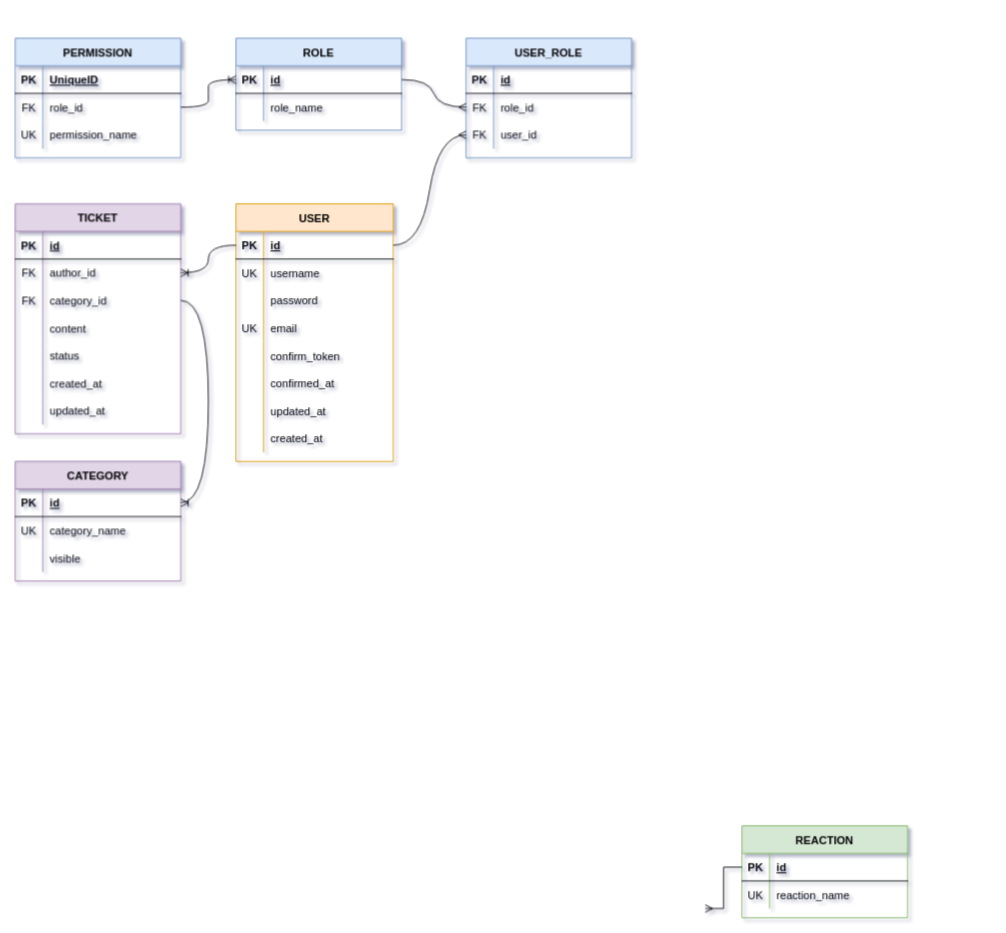
The draw.io diagram diagrams/ER.drawio in ddbdev/Ticket-System-Spring-Boot, before the edit. Source tidied: cells renumbered, new cells numbered last; positions are measured from the earlier drawing's top-left corner, leaving out a move shared by most shapes. Both pictures are drawn from the tidied source at 92%, with x=0, y=0 at pixel (15, 38).
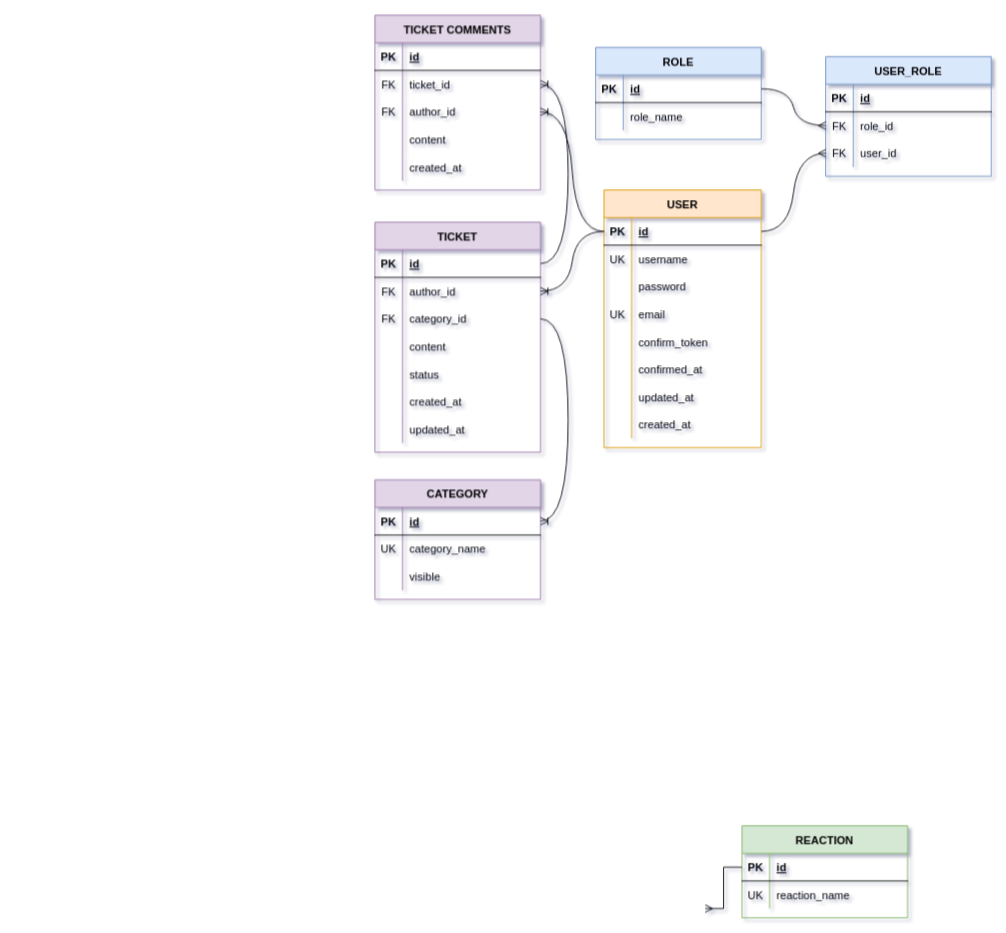
The same diagram, later.

The change refers to these unchanged cells:
```xml
<mxCell id="3" style="shape=tableRow;horizontal=0;startSize=0;swimlaneHead=0;swimlaneBody=0;fillColor=none;points=[[0,0.5],[1,0.5]];portConstraint=eastwest;top=0;left=0;right=0;bottom=1;" parent="2" vertex="1">
  <mxGeometry y="30" width="171" height="30" as="geometry" />
</mxCell>
<mxCell id="36" style="shape=tableRow;horizontal=0;startSize=0;swimlaneHead=0;swimlaneBody=0;fillColor=none;points=[[0,0.5],[1,0.5]];portConstraint=eastwest;top=0;left=0;right=0;bottom=1;" parent="35" vertex="1">
  <mxGeometry y="30" width="180" height="30" as="geometry" />
</mxCell>
<mxCell id="66" style="shape=tableRow;horizontal=0;startSize=0;swimlaneHead=0;swimlaneBody=0;fillColor=none;points=[[0,0.5],[1,0.5]];portConstraint=eastwest;top=0;left=0;right=0;bottom=1;" parent="65" vertex="1">
  <mxGeometry y="30" width="180" height="30" as="geometry" />
</mxCell>
```

Change to the diagram source:
```diff
@@
     <mxCell id="2" value="USER" style="shape=table;startSize=30;childLayout=tableLayout;rowLines=0;fontStyle=1;align=center;fillColor=#ffe6cc;strokeColor=#d79b00;" parent="1" vertex="1">
-      <mxGeometry x="240" y="180" width="171" height="280" as="geometry" />
+      <mxGeometry x="640" y="165" width="171" height="280" as="geometry" />
     </mxCell>
@@
     <mxCell id="35" value="ROLE" style="shape=table;startSize=30;childLayout=tableLayout;rowLines=0;fontStyle=1;align=center;fillColor=#dae8fc;strokeColor=#6c8ebf;direction=east;noLabel=0;perimeter=rectanglePerimeter;backgroundOutline=0;" parent="1" vertex="1">
-      <mxGeometry x="240" width="180" height="100" as="geometry" />
+      <mxGeometry x="631" y="10" width="180" height="100" as="geometry" />
     </mxCell>
@@
-    <mxCell id="42" value="PERMISSION" style="shape=table;startSize=30;childLayout=tableLayout;rowLines=0;fontStyle=1;align=center;fillColor=#dae8fc;strokeColor=#6c8ebf;" parent="1" vertex="1">
-      <mxGeometry width="180" height="130" as="geometry" />
-    </mxCell>
-    <mxCell id="43" style="shape=tableRow;horizontal=0;startSize=0;swimlaneHead=0;swimlaneBody=0;fillColor=none;top=0;left=0;right=0;bottom=1;" parent="42" vertex="1">
-      <mxGeometry y="30" width="180" height="30" as="geometry" />
-    </mxCell>
-    <mxCell id="44" value="PK" style="shape=partialRectangle;fillColor=none;top=0;left=0;bottom=0;right=0;fontStyle=1;overflow=hidden;" parent="43" vertex="1">
-      <mxGeometry width="30" height="30" as="geometry" />
-    </mxCell>
-    <mxCell id="45" value="UniqueID" style="shape=partialRectangle;fillColor=none;top=0;left=0;bottom=0;right=0;align=left;spacingLeft=6;fontStyle=5;overflow=hidden;" parent="43" vertex="1">
-      <mxGeometry x="30" width="150" height="30" as="geometry" />
-    </mxCell>
-    <mxCell id="46" style="shape=tableRow;horizontal=0;startSize=0;swimlaneHead=0;swimlaneBody=0;fillColor=none;points=[[0,0.5],[1,0.5]];portConstraint=eastwest;top=0;left=0;right=0;bottom=0;" parent="42" vertex="1">
-      <mxGeometry y="60" width="180" height="30" as="geometry" />
-    </mxCell>
-    <mxCell id="47" value="FK" style="shape=partialRectangle;fillColor=none;top=0;left=0;bottom=0;right=0;overflow=hidden;" parent="46" vertex="1">
-      <mxGeometry width="30" height="30" as="geometry" />
-    </mxCell>
-    <mxCell id="48" value="role_id" style="shape=partialRectangle;fillColor=none;top=0;left=0;bottom=0;right=0;align=left;spacingLeft=6;overflow=hidden;" parent="46" vertex="1">
-      <mxGeometry x="30" width="150" height="30" as="geometry" />
-    </mxCell>
-    <mxCell id="49" style="shape=tableRow;horizontal=0;startSize=0;swimlaneHead=0;swimlaneBody=0;fillColor=none;points=[[0,0.5],[1,0.5]];portConstraint=eastwest;top=0;left=0;right=0;bottom=0;" parent="42" vertex="1">
-      <mxGeometry y="90" width="180" height="30" as="geometry" />
-    </mxCell>
-    <mxCell id="50" value="UK" style="shape=partialRectangle;fillColor=none;top=0;left=0;bottom=0;right=0;overflow=hidden;" parent="49" vertex="1">
-      <mxGeometry width="30" height="30" as="geometry" />
-    </mxCell>
-    <mxCell id="51" value="permission_name" style="shape=partialRectangle;fillColor=none;top=0;left=0;bottom=0;right=0;align=left;spacingLeft=6;overflow=hidden;" parent="49" vertex="1">
-      <mxGeometry x="30" width="150" height="30" as="geometry" />
-    </mxCell>
-    <mxCell id="52" style="edgeStyle=entityRelationEdgeStyle;fontSize=12;html=1;endArrow=ERoneToMany;strokeColor=default;curved=1;anchorPointDirection=0;flowAnimation=0;enumerate=0;fixDash=0;shadow=0;strokeWidth=1;endSize=6;noJump=0;spacingTop=0;startFill=1;" parent="1" edge="1" source="46" target="36">
-      <mxGeometry relative="1" as="geometry" />
-    </mxCell>
     <mxCell id="53" value="USER_ROLE" style="shape=table;startSize=30;childLayout=tableLayout;rowLines=0;fontStyle=1;align=center;fillColor=#dae8fc;strokeColor=#6c8ebf;" parent="1" vertex="1">
-      <mxGeometry x="490" width="180" height="130" as="geometry" />
+      <mxGeometry x="881" y="20" width="180" height="130" as="geometry" />
     </mxCell>
@@
     <mxCell id="65" value="TICKET" style="shape=table;startSize=30;childLayout=tableLayout;rowLines=0;fontStyle=1;align=center;fillColor=#e1d5e7;strokeColor=#9673a6;" parent="1" vertex="1">
-      <mxGeometry y="180" width="180" height="250" as="geometry" />
+      <mxGeometry x="391" y="200" width="180" height="250" as="geometry" />
     </mxCell>
@@
     <mxCell id="88" value="CATEGORY" style="shape=table;startSize=30;childLayout=tableLayout;rowLines=0;fontStyle=1;align=center;fillColor=#e1d5e7;strokeColor=#9673a6;" parent="1" vertex="1">
-      <mxGeometry y="460" width="180" height="130" as="geometry" />
+      <mxGeometry x="391" y="480" width="180" height="130" as="geometry" />
     </mxCell>
@@
+    <mxCell id="99" value="TICKET COMMENTS" style="shape=table;startSize=30;childLayout=tableLayout;rowLines=0;fontStyle=1;align=center;fillColor=#e1d5e7;strokeColor=#9673a6;" parent="1" vertex="1">
+      <mxGeometry x="391" y="-25" width="180" height="190" as="geometry" />
+    </mxCell>
+    <mxCell id="43" style="shape=tableRow;horizontal=0;startSize=0;swimlaneHead=0;swimlaneBody=0;fillColor=none;top=0;left=0;right=0;bottom=1;" parent="99" vertex="1">
+      <mxGeometry y="30" width="180" height="30" as="geometry" />
+    </mxCell>
+    <mxCell id="44" value="PK" style="shape=partialRectangle;fillColor=none;top=0;left=0;bottom=0;right=0;fontStyle=1;overflow=hidden;" parent="43" vertex="1">
+      <mxGeometry width="30" height="30" as="geometry" />
+    </mxCell>
+    <mxCell id="100" value="id" style="shape=partialRectangle;fillColor=none;top=0;left=0;bottom=0;right=0;align=left;spacingLeft=6;fontStyle=5;overflow=hidden;" parent="43" vertex="1">
+      <mxGeometry x="30" width="150" height="30" as="geometry" />
+    </mxCell>
+    <mxCell id="46" style="shape=tableRow;horizontal=0;startSize=0;swimlaneHead=0;swimlaneBody=0;fillColor=none;points=[[0,0.5],[1,0.5]];portConstraint=eastwest;top=0;left=0;right=0;bottom=0;" parent="99" vertex="1">
+      <mxGeometry y="60" width="180" height="30" as="geometry" />
+    </mxCell>
+    <mxCell id="101" value="FK" style="shape=partialRectangle;fillColor=none;top=0;left=0;bottom=0;right=0;overflow=hidden;" parent="46" vertex="1">
+      <mxGeometry width="30" height="30" as="geometry" />
+    </mxCell>
+    <mxCell id="102" value="ticket_id" style="shape=partialRectangle;fillColor=none;top=0;left=0;bottom=0;right=0;align=left;spacingLeft=6;overflow=hidden;" parent="46" vertex="1">
+      <mxGeometry x="30" width="150" height="30" as="geometry" />
+    </mxCell>
+    <mxCell id="49" style="shape=tableRow;horizontal=0;startSize=0;swimlaneHead=0;swimlaneBody=0;fillColor=none;points=[[0,0.5],[1,0.5]];portConstraint=eastwest;top=0;left=0;right=0;bottom=0;" parent="99" vertex="1">
+      <mxGeometry y="90" width="180" height="30" as="geometry" />
+    </mxCell>
+    <mxCell id="103" value="FK" style="shape=partialRectangle;fillColor=none;top=0;left=0;bottom=0;right=0;overflow=hidden;" parent="49" vertex="1">
+      <mxGeometry width="30" height="30" as="geometry" />
+    </mxCell>
+    <mxCell id="104" value="author_id" style="shape=partialRectangle;fillColor=none;top=0;left=0;bottom=0;right=0;align=left;spacingLeft=6;overflow=hidden;" parent="49" vertex="1">
+      <mxGeometry x="30" width="150" height="30" as="geometry" />
+    </mxCell>
+    <mxCell id="105" style="shape=tableRow;horizontal=0;startSize=0;swimlaneHead=0;swimlaneBody=0;fillColor=none;top=0;left=0;right=0;bottom=0;" parent="99" vertex="1">
+      <mxGeometry y="120" width="180" height="30" as="geometry" />
+    </mxCell>
+    <mxCell id="106" style="shape=partialRectangle;fillColor=none;top=0;left=0;bottom=0;right=0;overflow=hidden;" parent="105" vertex="1">
+      <mxGeometry width="30" height="30" as="geometry" />
+    </mxCell>
+    <mxCell id="107" value="content" style="shape=partialRectangle;fillColor=none;top=0;left=0;bottom=0;right=0;align=left;spacingLeft=6;overflow=hidden;" parent="105" vertex="1">
+      <mxGeometry x="30" width="150" height="30" as="geometry" />
+    </mxCell>
+    <mxCell id="108" style="shape=tableRow;horizontal=0;startSize=0;swimlaneHead=0;swimlaneBody=0;fillColor=none;top=0;left=0;right=0;bottom=0;" parent="99" vertex="1">
+      <mxGeometry y="150" width="180" height="30" as="geometry" />
+    </mxCell>
+    <mxCell id="109" style="shape=partialRectangle;fillColor=none;top=0;left=0;bottom=0;right=0;overflow=hidden;" parent="108" vertex="1">
+      <mxGeometry width="30" height="30" as="geometry" />
+    </mxCell>
+    <mxCell id="110" value="created_at" style="shape=partialRectangle;fillColor=none;top=0;left=0;bottom=0;right=0;align=left;spacingLeft=6;overflow=hidden;" parent="108" vertex="1">
+      <mxGeometry x="30" width="150" height="30" as="geometry" />
+    </mxCell>
+    <mxCell id="111" style="edgeStyle=entityRelationEdgeStyle;fontSize=12;html=1;endArrow=ERoneToMany;curved=1;align=center;strokeWidth=1;exitX=1;exitY=0.5;exitDx=0;exitDy=0;" parent="1" edge="1" source="66" target="46">
+      <mxGeometry relative="1" as="geometry" />
+    </mxCell>
+    <mxCell id="112" style="edgeStyle=entityRelationEdgeStyle;fontSize=12;html=1;endArrow=ERoneToMany;strokeWidth=1;curved=1;" parent="1" edge="1" source="3" target="49">
+      <mxGeometry relative="1" as="geometry" />
+    </mxCell>
```
